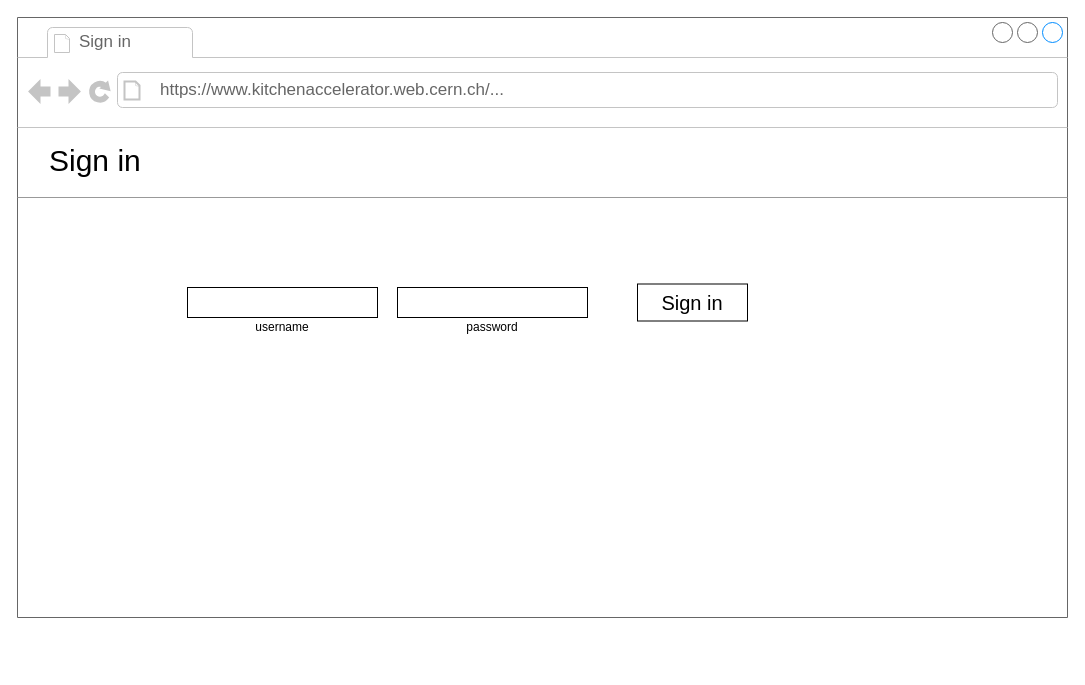
Earlier version of the draw.io diagram page "Sign in" (5 of 6) of media/wireframes/wireframes.drawio (DEUCE1957/kitchen-accelerator). Source tidied: cells renumbered, new cells numbered last; positions are measured from the earlier drawing's top-left corner, leaving out a move shared by most shapes. Both pictures are drawn from the tidied source at 100%, with x=0, y=0 at pixel (17, 17).
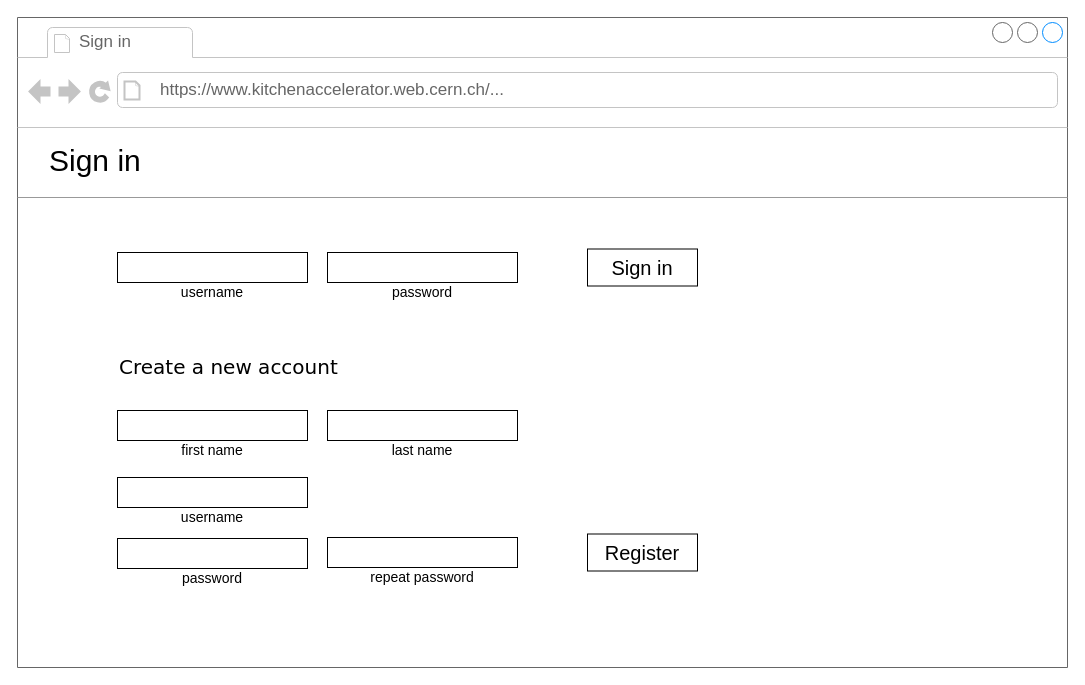
The same diagram, later.

Commit message (it also covers changes not shown here):
updated sign in page

Change to the diagram source:
```diff
@@
     <mxCell id="2" style="strokeWidth=1;shadow=0;dashed=0;align=center;html=1;shape=mxgraph.mockup.containers.browserWindow;rSize=0;fillColor=#ffffff;strokeColor=#666666;mainText=,;rounded=0;labelBackgroundColor=none;fontFamily=Helvetica;fontSize=12;fontColor=#000000;" parent="1" vertex="1">
-      <mxGeometry width="1050" height="600" as="geometry" />
+      <mxGeometry width="1050" height="650" as="geometry" />
     </mxCell>
@@
-    <mxCell id="7" style="rounded=0;whiteSpace=wrap;html=1;fontFamily=Helvetica;" parent="2" vertex="1">
-      <mxGeometry x="170" y="270" width="190" height="30" as="geometry" />
+    <mxCell id="7" style="rounded=0;whiteSpace=wrap;html=1;fontFamily=Helvetica;fontSize=14;" parent="2" vertex="1">
+      <mxGeometry x="100" y="235" width="190" height="30" as="geometry" />
     </mxCell>
-    <mxCell id="8" value="username" style="text;html=1;strokeColor=none;fillColor=none;align=center;verticalAlign=middle;whiteSpace=wrap;rounded=0;fontFamily=Helvetica;" parent="2" vertex="1">
-      <mxGeometry x="170" y="300" width="190" height="20" as="geometry" />
+    <mxCell id="8" value="username" style="text;html=1;strokeColor=none;fillColor=none;align=center;verticalAlign=middle;whiteSpace=wrap;rounded=0;fontFamily=Helvetica;fontSize=14;" parent="2" vertex="1">
+      <mxGeometry x="100" y="265" width="190" height="20" as="geometry" />
     </mxCell>
-    <mxCell id="9" style="rounded=0;whiteSpace=wrap;html=1;fontFamily=Helvetica;" parent="2" vertex="1">
-      <mxGeometry x="380" y="270" width="190" height="30" as="geometry" />
+    <mxCell id="9" style="rounded=0;whiteSpace=wrap;html=1;fontFamily=Helvetica;fontSize=14;" parent="2" vertex="1">
+      <mxGeometry x="310" y="235" width="190" height="30" as="geometry" />
     </mxCell>
-    <mxCell id="10" value="password" style="text;html=1;strokeColor=none;fillColor=none;align=center;verticalAlign=middle;whiteSpace=wrap;rounded=0;fontFamily=Helvetica;" parent="2" vertex="1">
-      <mxGeometry x="380" y="300" width="190" height="20" as="geometry" />
+    <mxCell id="10" value="password" style="text;html=1;strokeColor=none;fillColor=none;align=center;verticalAlign=middle;whiteSpace=wrap;rounded=0;fontFamily=Helvetica;fontSize=14;" parent="2" vertex="1">
+      <mxGeometry x="310" y="265" width="190" height="20" as="geometry" />
     </mxCell>
+    <mxCell id="12" style="rounded=0;whiteSpace=wrap;html=1;fontFamily=Helvetica;fontSize=14;" parent="2" vertex="1">
+      <mxGeometry x="100" y="393" width="190" height="30" as="geometry" />
+    </mxCell>
+    <mxCell id="13" value="first name" style="text;html=1;strokeColor=none;fillColor=none;align=center;verticalAlign=middle;whiteSpace=wrap;rounded=0;fontFamily=Helvetica;fontSize=14;" parent="2" vertex="1">
+      <mxGeometry x="100" y="423" width="190" height="20" as="geometry" />
+    </mxCell>
+    <mxCell id="14" style="rounded=0;whiteSpace=wrap;html=1;fontFamily=Helvetica;fontSize=14;" parent="2" vertex="1">
+      <mxGeometry x="310" y="520" width="190" height="30" as="geometry" />
+    </mxCell>
+    <mxCell id="15" value="repeat password" style="text;html=1;strokeColor=none;fillColor=none;align=center;verticalAlign=middle;whiteSpace=wrap;rounded=0;fontFamily=Helvetica;fontSize=14;" parent="2" vertex="1">
+      <mxGeometry x="310" y="550" width="190" height="20" as="geometry" />
+    </mxCell>
+    <mxCell id="16" style="rounded=0;whiteSpace=wrap;html=1;fontFamily=Helvetica;fontSize=14;" parent="2" vertex="1">
+      <mxGeometry x="310" y="393" width="190" height="30" as="geometry" />
+    </mxCell>
+    <mxCell id="17" value="last name" style="text;html=1;strokeColor=none;fillColor=none;align=center;verticalAlign=middle;whiteSpace=wrap;rounded=0;fontFamily=Helvetica;fontSize=14;" parent="2" vertex="1">
+      <mxGeometry x="310" y="423" width="190" height="20" as="geometry" />
+    </mxCell>
+    <mxCell id="18" style="rounded=0;whiteSpace=wrap;html=1;fontFamily=Helvetica;fontSize=14;" parent="2" vertex="1">
+      <mxGeometry x="100" y="521" width="190" height="30" as="geometry" />
+    </mxCell>
+    <mxCell id="19" value="password" style="text;html=1;strokeColor=none;fillColor=none;align=center;verticalAlign=middle;whiteSpace=wrap;rounded=0;fontFamily=Helvetica;fontSize=14;" parent="2" vertex="1">
+      <mxGeometry x="100" y="551" width="190" height="20" as="geometry" />
+    </mxCell>
+    <mxCell id="20" value="Register" style="rounded=0;whiteSpace=wrap;html=1;fontSize=20;fontFamily=Helvetica;" parent="2" vertex="1">
+      <mxGeometry x="570" y="516.5" width="110" height="37" as="geometry" />
+    </mxCell>
     <mxCell id="11" value="Sign in" style="rounded=0;whiteSpace=wrap;html=1;fontSize=20;fontFamily=Helvetica;" parent="2" vertex="1">
-      <mxGeometry x="620" y="266.5" width="110" height="37" as="geometry" />
+      <mxGeometry x="570" y="231.5" width="110" height="37" as="geometry" />
     </mxCell>
+    <mxCell id="21" value="Create a new account" style="text;html=1;align=left;verticalAlign=top;spacingTop=-4;fontSize=20;fontFamily=Verdana;fontColor=#000000;" parent="1" vertex="1">
+      <mxGeometry x="100" y="335" width="250" height="30" as="geometry" />
+    </mxCell>
+    <mxCell id="22" style="rounded=0;whiteSpace=wrap;html=1;fontFamily=Helvetica;fontSize=14;" parent="1" vertex="1">
+      <mxGeometry x="100" y="460" width="190" height="30" as="geometry" />
+    </mxCell>
+    <mxCell id="23" value="username" style="text;html=1;strokeColor=none;fillColor=none;align=center;verticalAlign=middle;whiteSpace=wrap;rounded=0;fontFamily=Helvetica;fontSize=14;" parent="1" vertex="1">
+      <mxGeometry x="100" y="490" width="190" height="20" as="geometry" />
+    </mxCell>
```
